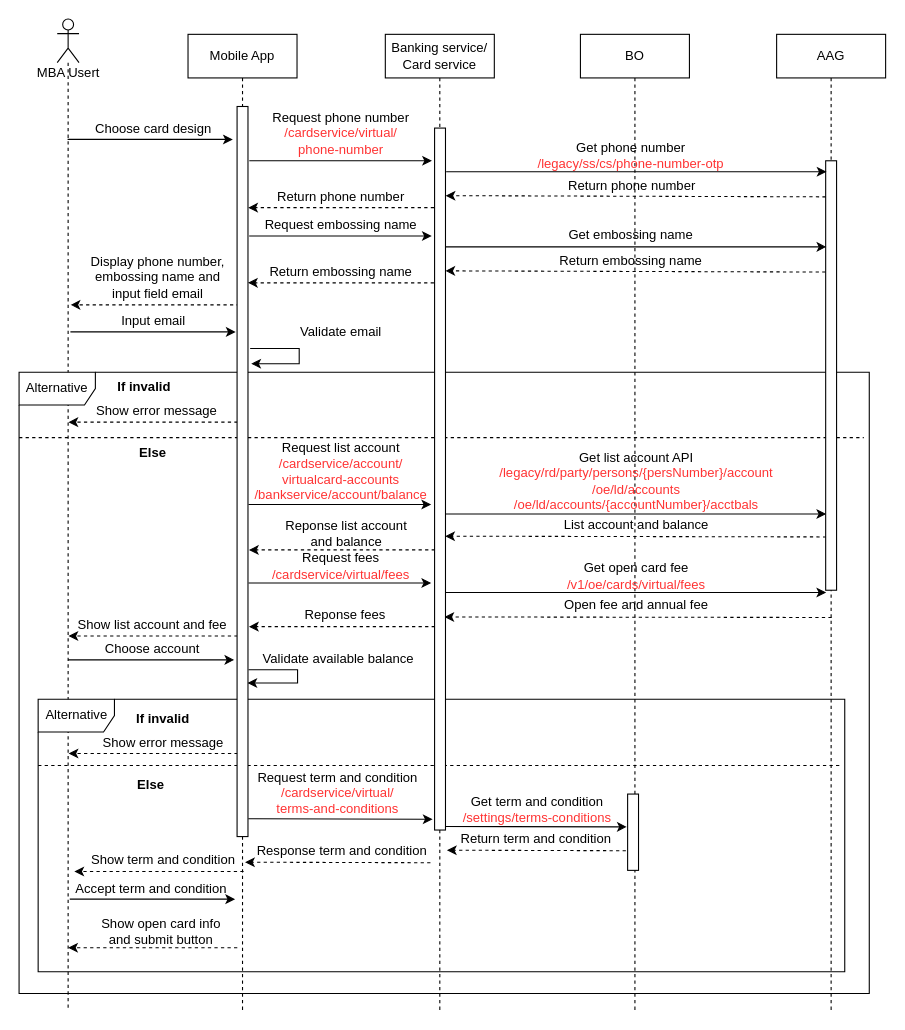
The draw.io diagram page "Open-card-user-info" (3 of 15) of Sequence Diagram.drawio in lyminh1994/diagram, before the edit. Source tidied: cells renumbered, new cells numbered last; positions are measured from the earlier drawing's top-left corner, leaving out a move shared by most shapes. Both pictures are drawn from the tidied source at 109%, with x=0, y=0 at pixel (19, 19).
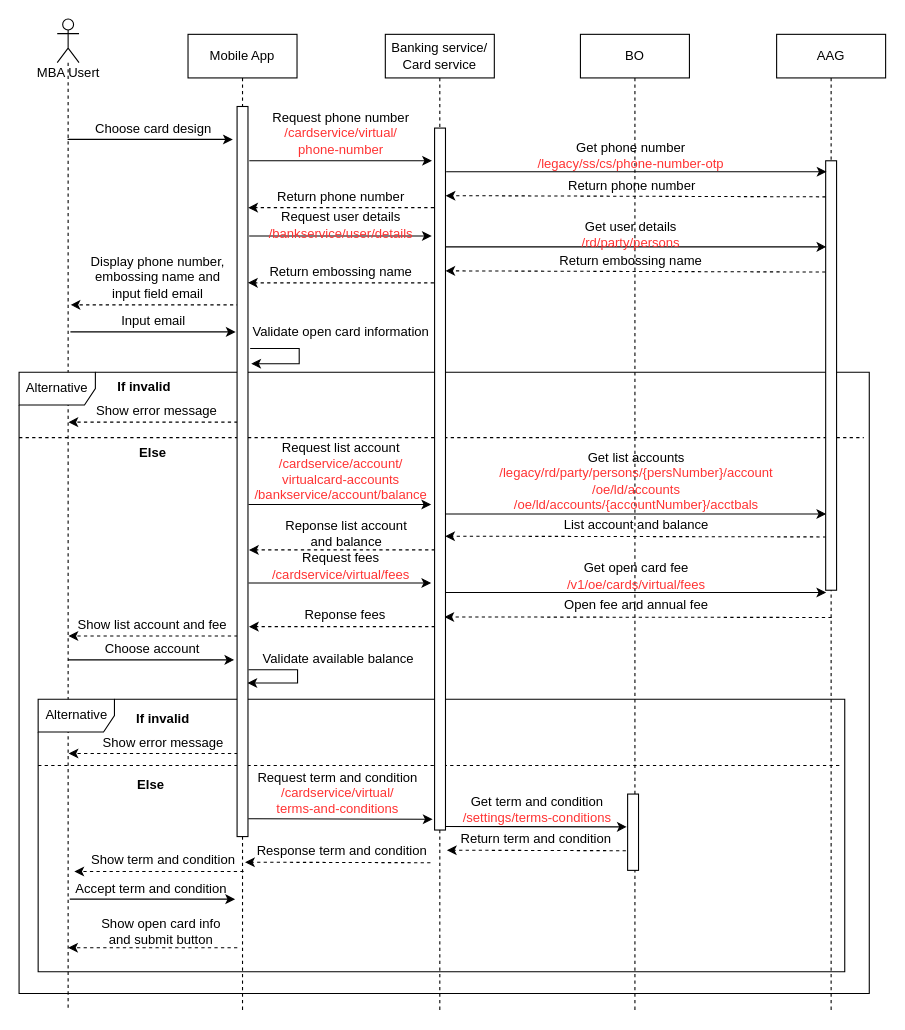
The same page after the edit.

Diff of the diagram source:
```diff
@@
-    <mxCell id="11" value="Validate email" style="text;html=1;align=center;verticalAlign=middle;strokeColor=none;fontSize=12;" parent="1" vertex="1">
-      <mxGeometry x="250" y="277.2" width="90" height="20" as="geometry" />
+    <mxCell id="11" value="Validate open card information" style="text;html=1;align=center;verticalAlign=middle;strokeColor=none;fontSize=12;" parent="1" vertex="1">
+      <mxGeometry x="205" y="277.2" width="180" height="20" as="geometry" />
     </mxCell>
@@
-    <mxCell id="22" value="Get list account API&lt;br&gt;&lt;font color=&quot;#ff3333&quot;&gt;/legacy/rd/party/persons/{persNumber}/account&lt;br&gt;/oe/ld/accounts&lt;br&gt;/oe/ld/accounts/{accountNumber}/acctbals&lt;br&gt;&lt;/font&gt;" style="text;html=1;align=center;verticalAlign=middle;strokeColor=none;fontSize=12;" parent="1" vertex="1">
+    <mxCell id="22" value="Get list accounts&lt;br&gt;&lt;font color=&quot;#ff3333&quot;&gt;/legacy/rd/party/persons/{persNumber}/account&lt;br&gt;/oe/ld/accounts&lt;br&gt;/oe/ld/accounts/{accountNumber}/acctbals&lt;br&gt;&lt;/font&gt;" style="text;html=1;align=center;verticalAlign=middle;strokeColor=none;fontSize=12;" parent="1" vertex="1">
       <mxGeometry x="431.3" y="394" width="270" height="60" as="geometry" />
     </mxCell>
@@
-    <mxCell id="79" value="Request embossing name" style="text;html=1;align=center;verticalAlign=middle;strokeColor=none;fontSize=12;" parent="1" vertex="1">
-      <mxGeometry x="220.2" y="179" width="150" height="20" as="geometry" />
+    <mxCell id="79" value="Request user details&lt;br&gt;&lt;font color=&quot;#ff3333&quot;&gt;/bankservice/user/details&lt;/font&gt;" style="text;html=1;align=center;verticalAlign=middle;strokeColor=none;fontSize=12;" parent="1" vertex="1">
+      <mxGeometry x="220.2" y="174" width="150" height="30" as="geometry" />
     </mxCell>
-    <mxCell id="80" value="Get embossing name" style="text;html=1;align=center;verticalAlign=middle;strokeColor=none;fontSize=12;" parent="1" vertex="1">
-      <mxGeometry x="496.3" y="188" width="130" height="20" as="geometry" />
+    <mxCell id="80" value="Get user details&lt;br&gt;&lt;font color=&quot;#ff3333&quot;&gt;/rd/party/persons&lt;/font&gt;" style="text;html=1;align=center;verticalAlign=middle;strokeColor=none;fontSize=12;" parent="1" vertex="1">
+      <mxGeometry x="506.3" y="183" width="110" height="30" as="geometry" />
     </mxCell>
```
